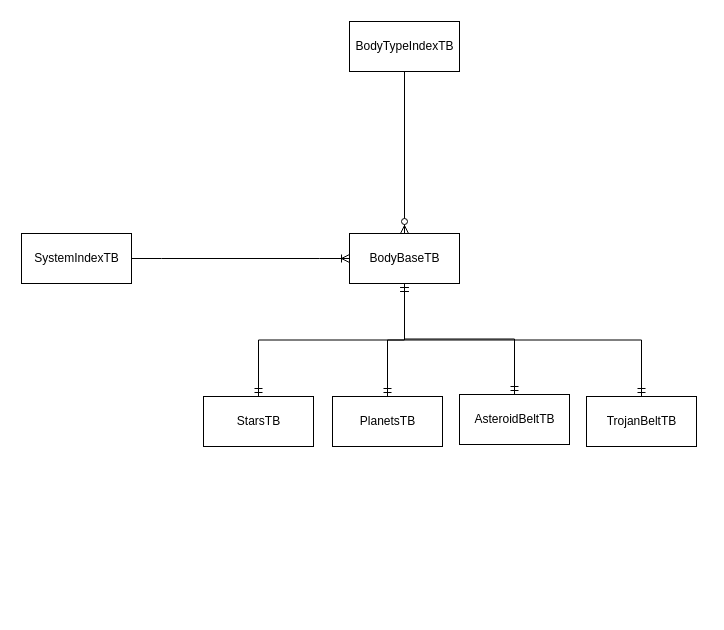
This is docs/High-Level Database Design.drawio from JerryPLayz/HorizonVerseBE, a draw.io file, before an edit. Source tidied: cells renumbered, new cells numbered last; positions are measured from the earlier drawing's top-left corner, leaving out a move shared by most shapes. Both pictures are drawn from the tidied source at 100%, with x=0, y=0 at pixel (21, 21).
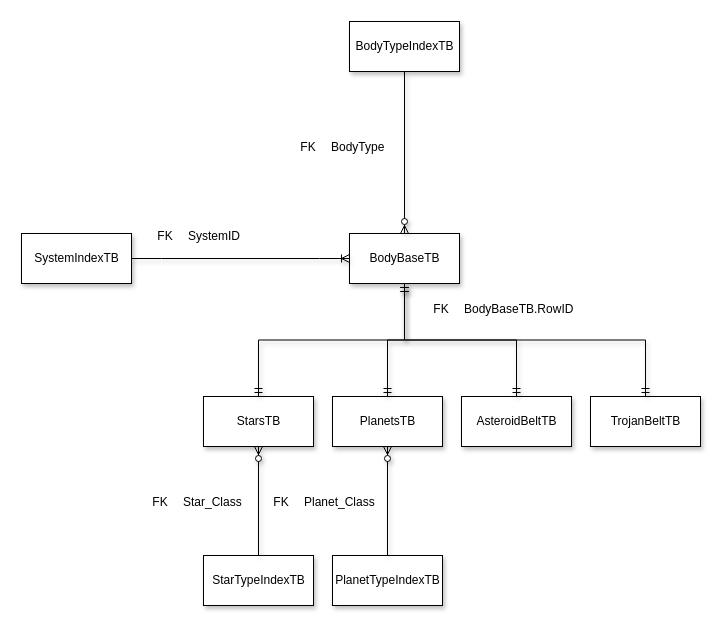
After the change.

What changed in the source:
```diff
@@
-    <mxCell id="2" value="SystemIndexTB" style="html=1;" parent="1" vertex="1">
+    <mxCell id="2" value="SystemIndexTB" style="html=1;shadow=1;sketch=0;" parent="1" vertex="1">
       <mxGeometry y="212" width="110" height="50" as="geometry" />
     </mxCell>
-    <mxCell id="3" value="BodyBaseTB" style="html=1;" parent="1" vertex="1">
+    <mxCell id="3" value="BodyBaseTB" style="html=1;shadow=1;sketch=0;" parent="1" vertex="1">
       <mxGeometry x="328" y="212" width="110" height="50" as="geometry" />
     </mxCell>
-    <mxCell id="4" value="BodyTypeIndexTB" style="html=1;" parent="1" vertex="1">
+    <mxCell id="4" value="BodyTypeIndexTB" style="html=1;shadow=1;sketch=0;" parent="1" vertex="1">
       <mxGeometry x="328" width="110" height="50" as="geometry" />
     </mxCell>
-    <mxCell id="5" style="fontSize=12;html=1;endArrow=ERzeroToMany;endFill=1;rounded=0;exitX=0.5;exitY=1;exitDx=0;exitDy=0;entryX=0.5;entryY=0;entryDx=0;entryDy=0;" parent="1" edge="1" source="4" target="3">
+    <mxCell id="5" style="fontSize=12;html=1;endArrow=ERzeroToMany;endFill=1;rounded=0;exitX=0.5;exitY=1;exitDx=0;exitDy=0;entryX=0.5;entryY=0;entryDx=0;entryDy=0;shadow=1;sketch=0;" parent="1" edge="1" source="4" target="3">
       <mxGeometry relative="1" as="geometry" />
     </mxCell>
-    <mxCell id="6" style="edgeStyle=entityRelationEdgeStyle;fontSize=12;html=1;endArrow=ERoneToMany;rounded=0;exitX=1;exitY=0.5;exitDx=0;exitDy=0;entryX=0;entryY=0.5;entryDx=0;entryDy=0;" parent="1" edge="1" source="2" target="3">
+    <mxCell id="6" style="edgeStyle=entityRelationEdgeStyle;fontSize=12;html=1;endArrow=ERoneToMany;rounded=0;exitX=1;exitY=0.5;exitDx=0;exitDy=0;entryX=0;entryY=0.5;entryDx=0;entryDy=0;shadow=1;sketch=0;" parent="1" edge="1" source="2" target="3">
       <mxGeometry relative="1" as="geometry" />
     </mxCell>
-    <mxCell id="7" value="StarsTB" style="html=1;" parent="1" vertex="1">
+    <mxCell id="7" value="StarsTB" style="html=1;shadow=1;sketch=0;" parent="1" vertex="1">
       <mxGeometry x="182" y="375" width="110" height="50" as="geometry" />
     </mxCell>
-    <mxCell id="8" value="PlanetsTB" style="html=1;" parent="1" vertex="1">
+    <mxCell id="8" value="PlanetsTB" style="html=1;shadow=1;sketch=0;" parent="1" vertex="1">
       <mxGeometry x="311" y="375" width="110" height="50" as="geometry" />
     </mxCell>
-    <mxCell id="9" value="AsteroidBeltTB" style="html=1;" parent="1" vertex="1">
-      <mxGeometry x="438" y="373" width="110" height="50" as="geometry" />
+    <mxCell id="9" value="AsteroidBeltTB" style="html=1;shadow=1;sketch=0;" parent="1" vertex="1">
+      <mxGeometry x="440" y="375" width="110" height="50" as="geometry" />
     </mxCell>
-    <mxCell id="10" value="TrojanBeltTB" style="html=1;" parent="1" vertex="1">
-      <mxGeometry x="565" y="375" width="110" height="50" as="geometry" />
+    <mxCell id="10" value="TrojanBeltTB" style="html=1;shadow=1;sketch=0;" parent="1" vertex="1">
+      <mxGeometry x="569" y="375" width="110" height="50" as="geometry" />
     </mxCell>
-    <mxCell id="11" style="edgeStyle=orthogonalEdgeStyle;fontSize=12;html=1;endArrow=ERmandOne;startArrow=ERmandOne;rounded=0;exitX=0.5;exitY=0;exitDx=0;exitDy=0;entryX=0.5;entryY=1;entryDx=0;entryDy=0;" parent="1" edge="1" source="7" target="3">
+    <mxCell id="11" style="edgeStyle=orthogonalEdgeStyle;fontSize=12;html=1;endArrow=ERmandOne;startArrow=ERmandOne;rounded=0;exitX=0.5;exitY=0;exitDx=0;exitDy=0;entryX=0.5;entryY=1;entryDx=0;entryDy=0;shadow=1;sketch=0;" parent="1" edge="1" source="7" target="3">
       <mxGeometry relative="1" as="geometry" />
     </mxCell>
-    <mxCell id="12" style="edgeStyle=orthogonalEdgeStyle;fontSize=12;html=1;endArrow=ERmandOne;startArrow=ERmandOne;rounded=0;exitX=0.5;exitY=0;exitDx=0;exitDy=0;entryX=0.5;entryY=1;entryDx=0;entryDy=0;" parent="1" edge="1" source="8" target="3">
+    <mxCell id="12" style="edgeStyle=orthogonalEdgeStyle;fontSize=12;html=1;endArrow=ERmandOne;startArrow=ERmandOne;rounded=0;exitX=0.5;exitY=0;exitDx=0;exitDy=0;entryX=0.5;entryY=1;entryDx=0;entryDy=0;shadow=1;sketch=0;" parent="1" edge="1" source="8" target="3">
       <mxGeometry relative="1" as="geometry" />
     </mxCell>
-    <mxCell id="13" style="edgeStyle=orthogonalEdgeStyle;fontSize=12;html=1;endArrow=ERmandOne;startArrow=ERmandOne;rounded=0;exitX=0.5;exitY=0;exitDx=0;exitDy=0;entryX=0.5;entryY=1;entryDx=0;entryDy=0;" parent="1" edge="1" source="9" target="3">
+    <mxCell id="13" style="edgeStyle=orthogonalEdgeStyle;fontSize=12;html=1;endArrow=ERmandOne;startArrow=ERmandOne;rounded=0;exitX=0.5;exitY=0;exitDx=0;exitDy=0;entryX=0.5;entryY=1;entryDx=0;entryDy=0;shadow=1;sketch=0;" parent="1" edge="1" source="9" target="3">
       <mxGeometry relative="1" as="geometry" />
     </mxCell>
-    <mxCell id="14" style="edgeStyle=orthogonalEdgeStyle;fontSize=12;html=1;endArrow=ERmandOne;startArrow=ERmandOne;rounded=0;exitX=0.5;exitY=0;exitDx=0;exitDy=0;entryX=0.5;entryY=1;entryDx=0;entryDy=0;" parent="1" edge="1" source="10" target="3">
+    <mxCell id="14" style="edgeStyle=orthogonalEdgeStyle;fontSize=12;html=1;endArrow=ERmandOne;startArrow=ERmandOne;rounded=0;exitX=0.5;exitY=0;exitDx=0;exitDy=0;entryX=0.5;entryY=1;entryDx=0;entryDy=0;shadow=1;sketch=0;" parent="1" edge="1" source="10" target="3">
       <mxGeometry relative="1" as="geometry" />
     </mxCell>
+    <mxCell id="15" value="StarTypeIndexTB" style="html=1;shadow=1;" parent="1" vertex="1">
+      <mxGeometry x="182" y="534" width="110" height="50" as="geometry" />
+    </mxCell>
+    <mxCell id="16" style="fontSize=12;html=1;endArrow=ERzeroToMany;endFill=1;rounded=0;shadow=1;sketch=0;exitX=0.5;exitY=0;exitDx=0;exitDy=0;entryX=0.5;entryY=1;entryDx=0;entryDy=0;" parent="1" edge="1" source="15" target="7">
+      <mxGeometry relative="1" as="geometry" />
+    </mxCell>
+    <mxCell id="17" value="PlanetTypeIndexTB" style="html=1;shadow=1;" parent="1" vertex="1">
+      <mxGeometry x="311" y="534" width="110" height="50" as="geometry" />
+    </mxCell>
+    <mxCell id="18" style="fontSize=12;html=1;endArrow=ERzeroToMany;endFill=1;rounded=0;shadow=1;sketch=0;exitX=0.5;exitY=0;exitDx=0;exitDy=0;entryX=0.5;entryY=1;entryDx=0;entryDy=0;" parent="1" edge="1" source="17" target="8">
+      <mxGeometry relative="1" as="geometry" />
+    </mxCell>
+    <mxCell id="19" style="shape=table;startSize=0;childLayout=tableLayout;rowLines=0;fontStyle=0;align=center;strokeColor=none;fillColor=none;shadow=1;" parent="1" vertex="1">
+      <mxGeometry x="129" y="199" width="180" height="30" as="geometry" />
+    </mxCell>
+    <mxCell id="20" style="shape=tableRow;horizontal=0;startSize=0;swimlaneHead=0;swimlaneBody=0;fillColor=none;top=0;left=0;right=0;bottom=0;shadow=1;" parent="19" vertex="1">
+      <mxGeometry width="180" height="30" as="geometry" />
+    </mxCell>
+    <mxCell id="21" value="FK" style="shape=partialRectangle;fillColor=none;top=0;left=0;bottom=0;right=0;fontStyle=0;overflow=hidden;shadow=1;" parent="20" vertex="1">
+      <mxGeometry width="30" height="30" as="geometry" />
+    </mxCell>
+    <mxCell id="22" value="SystemID" style="shape=partialRectangle;fillColor=none;top=0;left=0;bottom=0;right=0;align=left;spacingLeft=6;fontStyle=0;overflow=hidden;shadow=1;" parent="20" vertex="1">
+      <mxGeometry x="30" width="150" height="30" as="geometry" />
+    </mxCell>
+    <mxCell id="23" style="shape=table;startSize=0;childLayout=tableLayout;rowLines=0;fontStyle=0;align=center;strokeColor=none;fillColor=none;shadow=1;" parent="1" vertex="1">
+      <mxGeometry x="405" y="272" width="158" height="30" as="geometry" />
+    </mxCell>
+    <mxCell id="24" style="shape=tableRow;horizontal=0;startSize=0;swimlaneHead=0;swimlaneBody=0;fillColor=none;top=0;left=0;right=0;bottom=0;shadow=1;" parent="23" vertex="1">
+      <mxGeometry width="158" height="30" as="geometry" />
+    </mxCell>
+    <mxCell id="25" value="FK" style="shape=partialRectangle;fillColor=none;top=0;left=0;bottom=0;right=0;fontStyle=0;overflow=hidden;shadow=1;" parent="24" vertex="1">
+      <mxGeometry width="30" height="30" as="geometry" />
+    </mxCell>
+    <mxCell id="26" value="BodyBaseTB.RowID" style="shape=partialRectangle;fillColor=none;top=0;left=0;bottom=0;right=0;align=left;spacingLeft=6;fontStyle=0;overflow=hidden;shadow=1;" parent="24" vertex="1">
+      <mxGeometry x="30" width="128" height="30" as="geometry" />
+    </mxCell>
+    <mxCell id="27" style="shape=table;startSize=0;childLayout=tableLayout;rowLines=0;fontStyle=0;align=center;strokeColor=none;fillColor=none;shadow=1;" parent="1" vertex="1">
+      <mxGeometry x="272" y="110" width="101" height="30" as="geometry" />
+    </mxCell>
+    <mxCell id="28" style="shape=tableRow;horizontal=0;startSize=0;swimlaneHead=0;swimlaneBody=0;fillColor=none;top=0;left=0;right=0;bottom=0;shadow=1;" parent="27" vertex="1">
+      <mxGeometry width="101" height="30" as="geometry" />
+    </mxCell>
+    <mxCell id="29" value="FK" style="shape=partialRectangle;fillColor=none;top=0;left=0;bottom=0;right=0;fontStyle=0;overflow=hidden;shadow=1;" parent="28" vertex="1">
+      <mxGeometry width="30" height="30" as="geometry" />
+    </mxCell>
+    <mxCell id="30" value="BodyType" style="shape=partialRectangle;fillColor=none;top=0;left=0;bottom=0;right=0;align=left;spacingLeft=6;fontStyle=0;overflow=hidden;shadow=1;" parent="28" vertex="1">
+      <mxGeometry x="30" width="71" height="30" as="geometry" />
+    </mxCell>
+    <mxCell id="31" style="shape=table;startSize=0;childLayout=tableLayout;rowLines=0;fontStyle=0;align=center;strokeColor=none;fillColor=none;shadow=1;" parent="1" vertex="1">
+      <mxGeometry x="124" y="465" width="104" height="30" as="geometry" />
+    </mxCell>
+    <mxCell id="32" style="shape=tableRow;horizontal=0;startSize=0;swimlaneHead=0;swimlaneBody=0;fillColor=none;top=0;left=0;right=0;bottom=0;shadow=1;" parent="31" vertex="1">
+      <mxGeometry width="104" height="30" as="geometry" />
+    </mxCell>
+    <mxCell id="33" value="FK" style="shape=partialRectangle;fillColor=none;top=0;left=0;bottom=0;right=0;fontStyle=0;overflow=hidden;shadow=1;" parent="32" vertex="1">
+      <mxGeometry width="30" height="30" as="geometry" />
+    </mxCell>
+    <mxCell id="34" value="Star_Class" style="shape=partialRectangle;fillColor=none;top=0;left=0;bottom=0;right=0;align=left;spacingLeft=6;fontStyle=0;overflow=hidden;shadow=1;" parent="32" vertex="1">
+      <mxGeometry x="30" width="74" height="30" as="geometry" />
+    </mxCell>
+    <mxCell id="35" style="shape=table;startSize=0;childLayout=tableLayout;rowLines=0;fontStyle=0;align=center;strokeColor=none;fillColor=none;shadow=1;" parent="1" vertex="1">
+      <mxGeometry x="245" y="465" width="120" height="30" as="geometry" />
+    </mxCell>
+    <mxCell id="36" style="shape=tableRow;horizontal=0;startSize=0;swimlaneHead=0;swimlaneBody=0;fillColor=none;top=0;left=0;right=0;bottom=0;shadow=1;" parent="35" vertex="1">
+      <mxGeometry width="120" height="30" as="geometry" />
+    </mxCell>
+    <mxCell id="37" value="FK" style="shape=partialRectangle;fillColor=none;top=0;left=0;bottom=0;right=0;fontStyle=0;overflow=hidden;shadow=1;" parent="36" vertex="1">
+      <mxGeometry width="30" height="30" as="geometry" />
+    </mxCell>
+    <mxCell id="38" value="Planet_Class" style="shape=partialRectangle;fillColor=none;top=0;left=0;bottom=0;right=0;align=left;spacingLeft=6;fontStyle=0;overflow=hidden;shadow=1;" parent="36" vertex="1">
+      <mxGeometry x="30" width="90" height="30" as="geometry" />
+    </mxCell>
```
